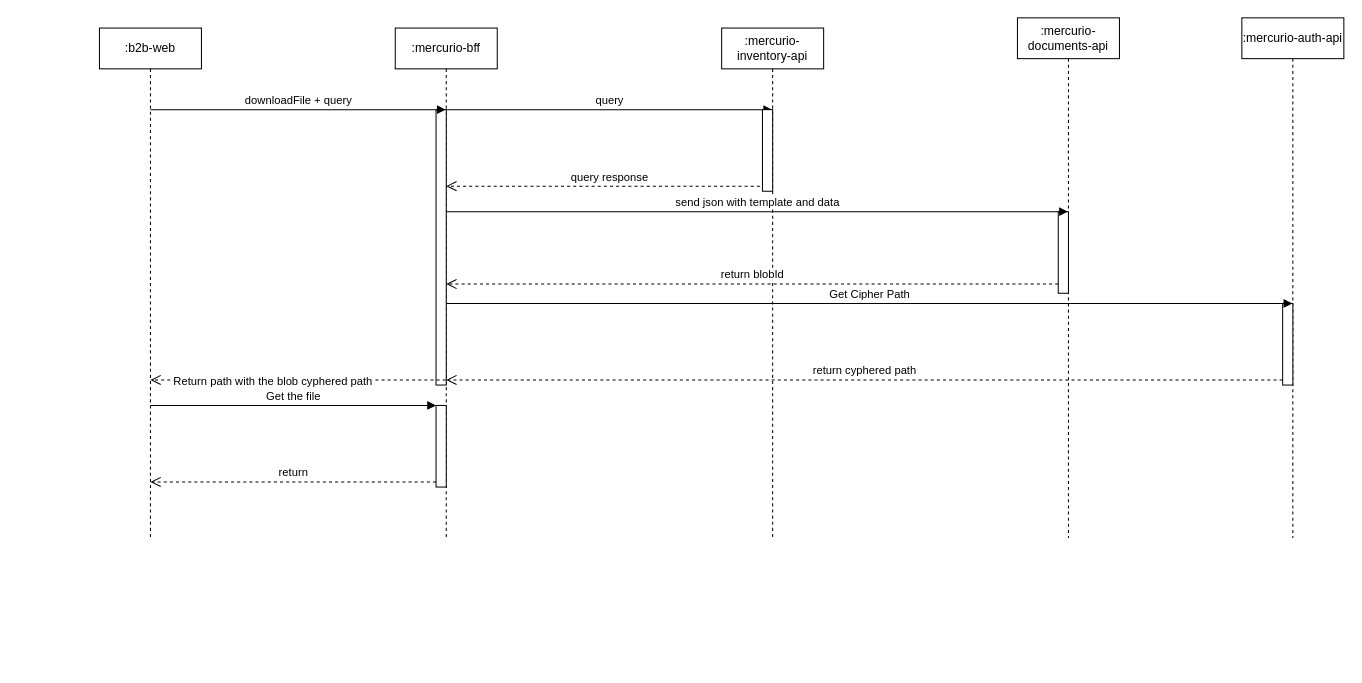
The draw.io diagram downloadCache.drawio in zearkiatos/diagrams, before the edit. Source tidied: cells renumbered, new cells numbered last; positions are measured from the earlier drawing's top-left corner, leaving out a move shared by most shapes. Both pictures are drawn from the tidied source at 102%, with x=0, y=0 at pixel (99, 17).
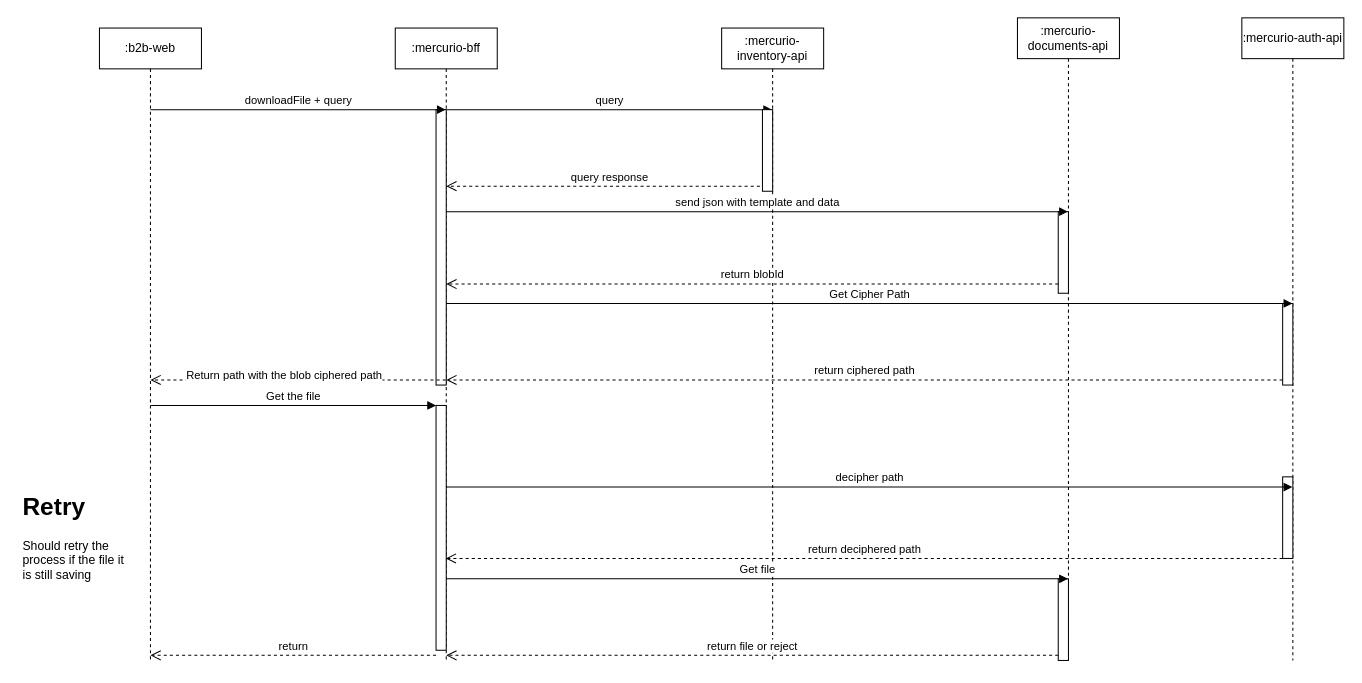
Above is the later version.

Unchanged cells that the change refers to:
```xml
<mxCell id="7" style="html=1;points=[];perimeter=orthogonalPerimeter;outlineConnect=0;targetShapes=umlLifeline;portConstraint=eastwest;newEdgeStyle={&quot;edgeStyle&quot;:&quot;elbowEdgeStyle&quot;,&quot;elbow&quot;:&quot;vertical&quot;,&quot;curved&quot;:0,&quot;rounded&quot;:0};" parent="6" vertex="1">
  <mxGeometry x="40" y="280" width="10" height="80" as="geometry" />
</mxCell>
<mxCell id="11" style="html=1;verticalAlign=bottom;endArrow=open;dashed=1;endSize=8;edgeStyle=elbowEdgeStyle;elbow=vertical;curved=0;rounded=0;" parent="1" edge="1">
  <mxGeometry relative="1" as="geometry">
    <mxPoint x="339.5" y="355" as="sourcePoint" />
    <mxPoint x="50" y="355" as="targetPoint" />
    <Array as="points">
      <mxPoint x="90" y="355" />
      <mxPoint x="140" y="355" />
      <mxPoint x="260" y="355" />
      <mxPoint x="340" y="260" />
    </Array>
  </mxGeometry>
</mxCell>
```

Change to the diagram source:
```diff
@@
     <mxCell id="2" value=":b2b-web" style="shape=umlLifeline;perimeter=lifelinePerimeter;whiteSpace=wrap;html=1;newEdgeStyle={&quot;edgeStyle&quot;:&quot;elbowEdgeStyle&quot;,&quot;elbow&quot;:&quot;vertical&quot;,&quot;curved&quot;:0,&quot;rounded&quot;:0};" parent="1" vertex="1">
-      <mxGeometry y="10" width="100" height="500" as="geometry" />
+      <mxGeometry y="10" width="100" height="620" as="geometry" />
     </mxCell>
     <mxCell id="3" value=":mercurio-bff" style="shape=umlLifeline;perimeter=lifelinePerimeter;whiteSpace=wrap;html=1;outlineConnect=0;portConstraint=eastwest;newEdgeStyle={&quot;edgeStyle&quot;:&quot;elbowEdgeStyle&quot;,&quot;elbow&quot;:&quot;vertical&quot;,&quot;curved&quot;:0,&quot;rounded&quot;:0};" parent="1" vertex="1">
-      <mxGeometry x="290" y="10" width="100" height="500" as="geometry" />
+      <mxGeometry x="290" y="10" width="100" height="620" as="geometry" />
     </mxCell>
@@
     <mxCell id="5" style="html=1;points=[];perimeter=orthogonalPerimeter;outlineConnect=0;targetShapes=umlLifeline;portConstraint=eastwest;newEdgeStyle={&quot;edgeStyle&quot;:&quot;elbowEdgeStyle&quot;,&quot;elbow&quot;:&quot;vertical&quot;,&quot;curved&quot;:0,&quot;rounded&quot;:0};" parent="3" vertex="1">
-      <mxGeometry x="40" y="370" width="10" height="80" as="geometry" />
+      <mxGeometry x="40" y="370" width="10" height="240" as="geometry" />
     </mxCell>
     <mxCell id="6" value=":mercurio-auth-api" style="shape=umlLifeline;perimeter=lifelinePerimeter;whiteSpace=wrap;html=1;outlineConnect=0;portConstraint=eastwest;newEdgeStyle={&quot;edgeStyle&quot;:&quot;elbowEdgeStyle&quot;,&quot;elbow&quot;:&quot;vertical&quot;,&quot;curved&quot;:0,&quot;rounded&quot;:0};" parent="1" vertex="1">
-      <mxGeometry x="1120" width="100" height="510" as="geometry" />
+      <mxGeometry x="1120" width="100" height="630" as="geometry" />
     </mxCell>
@@
+    <mxCell id="23" style="html=1;points=[];perimeter=orthogonalPerimeter;outlineConnect=0;targetShapes=umlLifeline;portConstraint=eastwest;newEdgeStyle={&quot;edgeStyle&quot;:&quot;elbowEdgeStyle&quot;,&quot;elbow&quot;:&quot;vertical&quot;,&quot;curved&quot;:0,&quot;rounded&quot;:0};" parent="6" vertex="1">
+      <mxGeometry x="40" y="450" width="10" height="80" as="geometry" />
+    </mxCell>
     <mxCell id="8" value=":mercurio-documents-api" style="shape=umlLifeline;perimeter=lifelinePerimeter;whiteSpace=wrap;html=1;outlineConnect=0;portConstraint=eastwest;newEdgeStyle={&quot;edgeStyle&quot;:&quot;elbowEdgeStyle&quot;,&quot;elbow&quot;:&quot;vertical&quot;,&quot;curved&quot;:0,&quot;rounded&quot;:0};" parent="1" vertex="1">
-      <mxGeometry x="900" width="100" height="510" as="geometry" />
+      <mxGeometry x="900" width="100" height="630" as="geometry" />
     </mxCell>
@@
+    <mxCell id="24" style="html=1;points=[];perimeter=orthogonalPerimeter;outlineConnect=0;targetShapes=umlLifeline;portConstraint=eastwest;newEdgeStyle={&quot;edgeStyle&quot;:&quot;elbowEdgeStyle&quot;,&quot;elbow&quot;:&quot;vertical&quot;,&quot;curved&quot;:0,&quot;rounded&quot;:0};" parent="8" vertex="1">
+      <mxGeometry x="40" y="550" width="10" height="80" as="geometry" />
+    </mxCell>
@@
-    <mxCell id="12" value="Return path with the blob cyphered path" style="edgeLabel;html=1;align=center;verticalAlign=middle;" parent="11" vertex="1">
+    <mxCell id="12" value="Return path with the blob ciphered path" style="edgeLabel;html=1;align=center;verticalAlign=middle;" parent="11" vertex="1">
       <mxGeometry x="0.18" relative="1" as="geometry">
-        <mxPoint x="1" as="offset" />
+        <mxPoint x="12" y="-5" as="offset" />
       </mxGeometry>
     </mxCell>
@@
     <mxCell id="15" value=":mercurio-inventory-api" style="shape=umlLifeline;perimeter=lifelinePerimeter;whiteSpace=wrap;html=1;outlineConnect=0;portConstraint=eastwest;newEdgeStyle={&quot;edgeStyle&quot;:&quot;elbowEdgeStyle&quot;,&quot;elbow&quot;:&quot;vertical&quot;,&quot;curved&quot;:0,&quot;rounded&quot;:0};" parent="1" vertex="1">
-      <mxGeometry x="610" y="10" width="100" height="500" as="geometry" />
+      <mxGeometry x="610" y="10" width="100" height="620" as="geometry" />
     </mxCell>
@@
-    <mxCell id="20" value="return cyphered path" style="html=1;verticalAlign=bottom;endArrow=open;dashed=1;endSize=8;edgeStyle=elbowEdgeStyle;elbow=vertical;curved=0;rounded=0;" parent="1" edge="1" source="7">
+    <mxCell id="20" value="return ciphered path" style="html=1;verticalAlign=bottom;endArrow=open;dashed=1;endSize=8;edgeStyle=elbowEdgeStyle;elbow=vertical;curved=0;rounded=0;" parent="1" edge="1" source="7">
       <mxGeometry relative="1" as="geometry">
         <mxPoint x="340" y="355" as="targetPoint" />
       </mxGeometry>
     </mxCell>
@@
-    <mxCell id="22" value="return" style="html=1;verticalAlign=bottom;endArrow=open;dashed=1;endSize=8;edgeStyle=elbowEdgeStyle;elbow=vertical;curved=0;rounded=0;" parent="1" edge="1" source="5">
+    <mxCell id="22" value="return" style="html=1;verticalAlign=bottom;endArrow=open;dashed=1;endSize=8;edgeStyle=elbowEdgeStyle;elbow=vertical;curved=0;rounded=0;" parent="1" edge="1">
       <mxGeometry relative="1" as="geometry">
-        <mxPoint x="50" y="455" as="targetPoint" />
+        <mxPoint x="330" y="625" as="sourcePoint" />
+        <mxPoint x="50" y="625" as="targetPoint" />
       </mxGeometry>
     </mxCell>
+    <mxCell id="25" value="decipher path" style="html=1;verticalAlign=bottom;endArrow=block;edgeStyle=elbowEdgeStyle;elbow=vertical;curved=0;rounded=0;" parent="1" edge="1" target="6">
+      <mxGeometry relative="1" as="geometry">
+        <mxPoint x="340" y="460" as="sourcePoint" />
+      </mxGeometry>
+    </mxCell>
+    <mxCell id="26" value="return deciphered path" style="html=1;verticalAlign=bottom;endArrow=open;dashed=1;endSize=8;edgeStyle=elbowEdgeStyle;elbow=vertical;curved=0;rounded=0;" parent="1" edge="1" source="23" target="3">
+      <mxGeometry relative="1" as="geometry">
+        <Array as="points">
+          <mxPoint x="810" y="530" />
+        </Array>
+      </mxGeometry>
+    </mxCell>
+    <mxCell id="27" value="Get file" style="html=1;verticalAlign=bottom;endArrow=block;edgeStyle=elbowEdgeStyle;elbow=vertical;curved=0;rounded=0;" parent="1" edge="1" target="8">
+      <mxGeometry relative="1" as="geometry">
+        <mxPoint x="340" y="550" as="sourcePoint" />
+      </mxGeometry>
+    </mxCell>
+    <mxCell id="28" value="return file or reject" style="html=1;verticalAlign=bottom;endArrow=open;dashed=1;endSize=8;edgeStyle=elbowEdgeStyle;elbow=vertical;curved=0;rounded=0;" parent="1" edge="1" source="24">
+      <mxGeometry relative="1" as="geometry">
+        <mxPoint x="340" y="625" as="targetPoint" />
+      </mxGeometry>
+    </mxCell>
+    <mxCell id="29" value="&lt;h1&gt;Retry&lt;/h1&gt;&lt;p&gt;Should retry the process if the file it is still saving&lt;/p&gt;" style="text;html=1;strokeColor=none;fillColor=none;spacing=5;spacingTop=-20;whiteSpace=wrap;overflow=hidden;rounded=0;" parent="1" vertex="1">
+      <mxGeometry x="-80" y="460" width="110" height="120" as="geometry" />
+    </mxCell>
```
